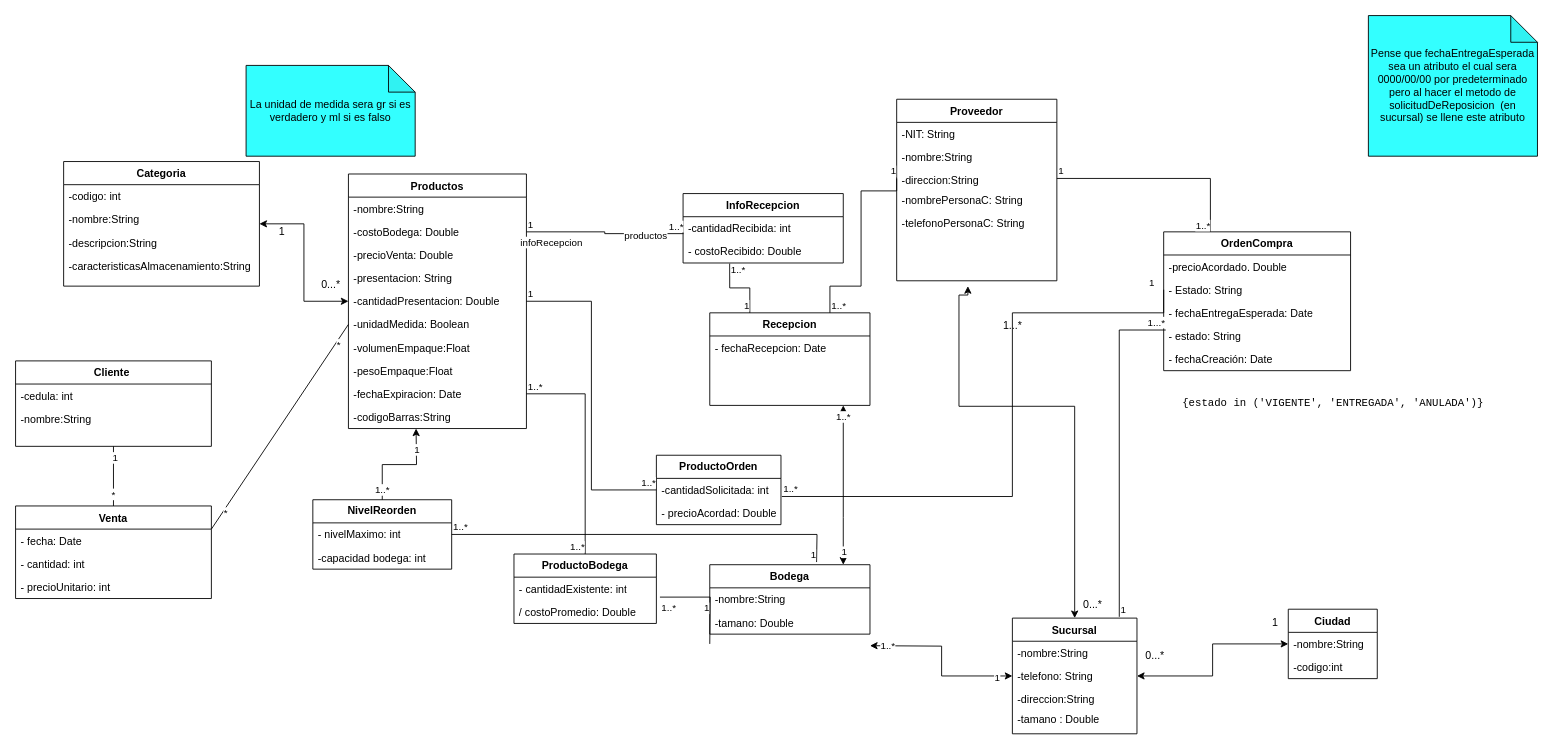
Earlier version of the draw.io diagram docs/Proyecto modelo UML.drawio (MxrixLu/G06_Proyecto_1_SISTRANS). Source tidied: cells renumbered, new cells numbered last; positions are measured from the earlier drawing's top-left corner, leaving out a move shared by most shapes. Both pictures are drawn from the tidied source at 89%, with x=0, y=0 at pixel (15, 15).
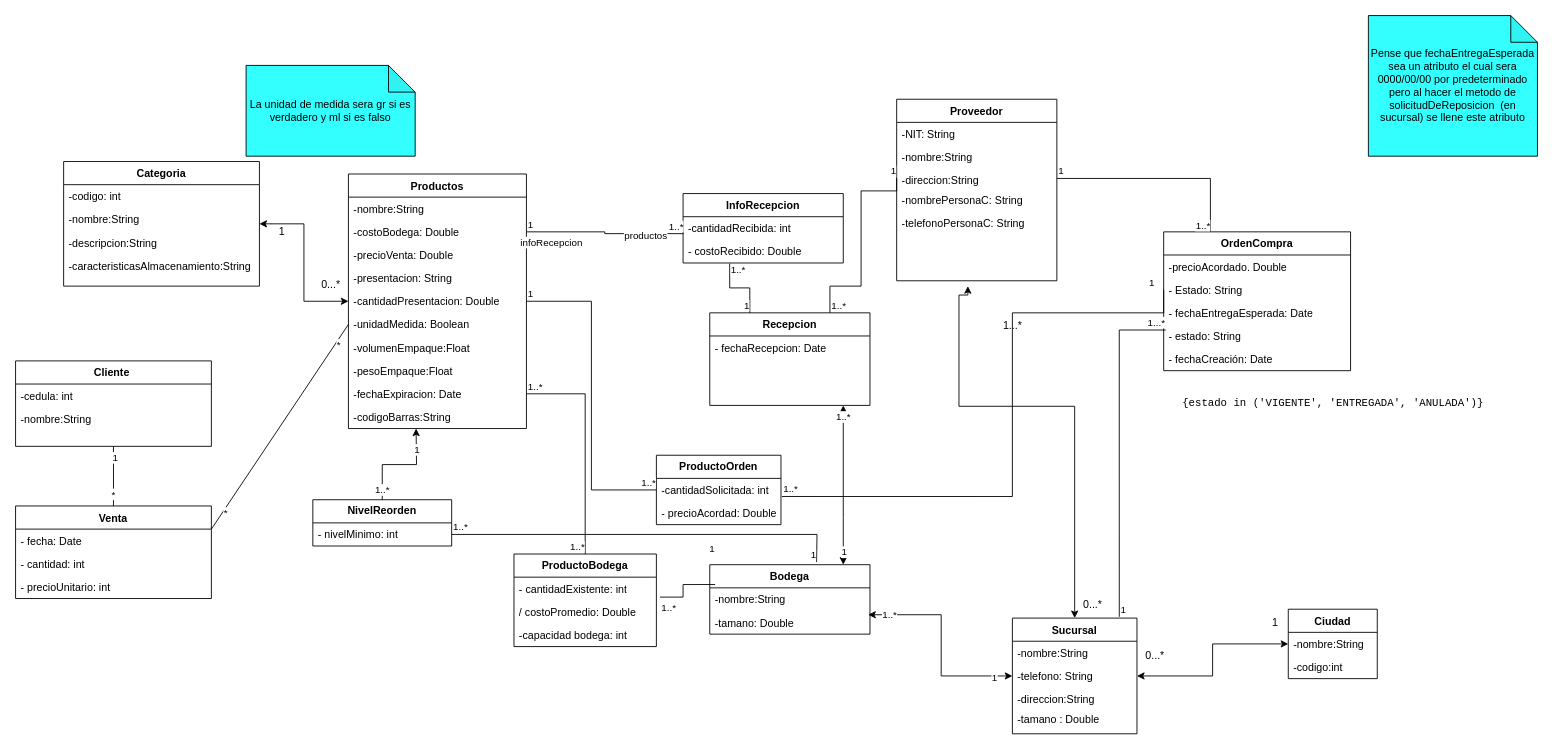
Above is the later version.

The change refers to these unchanged cells:
```xml
<mxCell id="21" value="Sucursal" style="swimlane;fontStyle=1;align=center;verticalAlign=top;horizontal=1;startSize=26;rounded=0;shadow=0;strokeWidth=1;fontColor=#000000;" parent="1" vertex="1">
  <mxGeometry x="1120" y="677" width="140" height="130" as="geometry" />
</mxCell>
<mxCell id="33" value="-nombre:String" style="text;align=left;verticalAlign=top;spacingLeft=4;spacingRight=4;overflow=hidden;points=[[0,0.5],[1,0.5]];portConstraint=eastwest;fontColor=#000000;" parent="32" vertex="1">
  <mxGeometry y="26" width="180" height="26" as="geometry" />
</mxCell>
<mxCell id="34" value="-tamano: Double" style="text;align=left;verticalAlign=top;spacingLeft=4;spacingRight=4;overflow=hidden;points=[[0,0.5],[1,0.5]];portConstraint=eastwest;rounded=0;shadow=0;html=0;fontColor=#000000;" parent="32" vertex="1">
  <mxGeometry y="52" width="180" height="26" as="geometry" />
</mxCell>
<mxCell id="55" value="/ costoPromedio: Double&amp;nbsp;" style="text;strokeColor=none;fillColor=none;align=left;verticalAlign=top;spacingLeft=4;spacingRight=4;overflow=hidden;points=[[0,0.5],[1,0.5]];portConstraint=eastwest;whiteSpace=wrap;html=1;fontColor=#000000;" parent="53" vertex="1">
  <mxGeometry y="52" width="160" height="26" as="geometry" />
</mxCell>
```

Diff of the diagram source:
```diff
@@
-    <mxCell id="35" style="endArrow=classic;startArrow=classic;html=1;rounded=0;edgeStyle=orthogonalEdgeStyle;exitX=1;exitY=0.5;exitDx=0;exitDy=0;fontColor=#000000;" parent="1" edge="1" target="21">
-      <mxGeometry relative="1" as="geometry">
-        <mxPoint x="960" y="708" as="sourcePoint" />
-      </mxGeometry>
+    <mxCell id="35" style="endArrow=classic;startArrow=classic;html=1;rounded=0;edgeStyle=orthogonalEdgeStyle;exitX=0.989;exitY=0.163;exitDx=0;exitDy=0;fontColor=#000000;exitPerimeter=0;" parent="1" edge="1" source="34" target="21">
+      <mxGeometry relative="1" as="geometry" />
     </mxCell>
@@
     <mxCell id="53" value="&lt;font&gt;&lt;b&gt;ProductoBodega&lt;/b&gt;&lt;/font&gt;" style="swimlane;fontStyle=0;horizontal=1;startSize=26;fillColor=none;whiteSpace=wrap;html=1;fontColor=#000000;" parent="1" vertex="1">
-      <mxGeometry x="560" y="605" width="160" height="78" as="geometry" />
+      <mxGeometry x="560" y="605" width="160" height="104" as="geometry" />
     </mxCell>
@@
+    <mxCell id="99" value="-capacidad bodega: int" style="text;align=left;verticalAlign=top;spacingLeft=4;spacingRight=4;overflow=hidden;rounded=0;shadow=0;html=0;fontColor=#000000;" parent="53" vertex="1">
+      <mxGeometry y="78" width="160" height="26" as="geometry" />
+    </mxCell>
@@
-    <mxCell id="59" style="endArrow=none;html=1;edgeStyle=orthogonalEdgeStyle;rounded=0;exitX=1.025;exitY=-0.138;exitDx=0;exitDy=0;entryX=0;entryY=0.5;entryDx=0;entryDy=0;exitPerimeter=0;fontColor=#000000;" parent="1" edge="1" source="55">
-      <mxGeometry relative="1" as="geometry">
-        <mxPoint x="780" y="706" as="targetPoint" />
-      </mxGeometry>
+    <mxCell id="59" style="endArrow=none;html=1;edgeStyle=orthogonalEdgeStyle;rounded=0;exitX=1.025;exitY=-0.138;exitDx=0;exitDy=0;exitPerimeter=0;fontColor=#000000;entryX=0.033;entryY=-0.144;entryDx=0;entryDy=0;entryPerimeter=0;" parent="1" edge="1" source="55" target="33">
+      <mxGeometry relative="1" as="geometry" />
     </mxCell>
@@
     <mxCell id="97" value="&lt;font&gt;&lt;b&gt;NivelReorden&lt;/b&gt;&lt;/font&gt;" style="swimlane;fontStyle=0;horizontal=1;startSize=26;fillColor=none;whiteSpace=wrap;html=1;fontColor=#000000;" parent="1" vertex="1">
-      <mxGeometry x="334" y="544" width="156" height="78" as="geometry" />
+      <mxGeometry x="334" y="544" width="156" height="52" as="geometry" />
     </mxCell>
-    <mxCell id="98" value="- nivelMaximo: int" style="text;strokeColor=none;fillColor=none;align=left;verticalAlign=top;spacingLeft=4;spacingRight=4;overflow=hidden;points=[[0,0.5],[1,0.5]];portConstraint=eastwest;whiteSpace=wrap;html=1;fontColor=#000000;" parent="97" vertex="1">
+    <mxCell id="98" value="- nivelMinimo: int" style="text;strokeColor=none;fillColor=none;align=left;verticalAlign=top;spacingLeft=4;spacingRight=4;overflow=hidden;points=[[0,0.5],[1,0.5]];portConstraint=eastwest;whiteSpace=wrap;html=1;fontColor=#000000;" parent="97" vertex="1">
       <mxGeometry y="26" width="156" height="26" as="geometry" />
     </mxCell>
-    <mxCell id="99" value="-capacidad bodega: int" style="text;align=left;verticalAlign=top;spacingLeft=4;spacingRight=4;overflow=hidden;rounded=0;shadow=0;html=0;fontColor=#000000;" parent="97" vertex="1">
-      <mxGeometry y="52" width="156" height="26" as="geometry" />
-    </mxCell>
```
